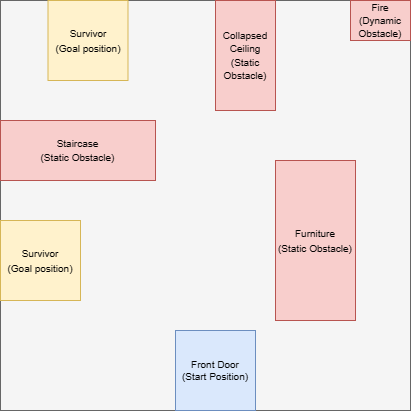
Above: scenarios/disaster_response_0.png in ethanmclark1/conav_suite (draw.io), before the change. Source tidied: cells renumbered, new cells last; positions are measured from the earlier drawing's top-left corner, leaving out a move shared by most shapes.
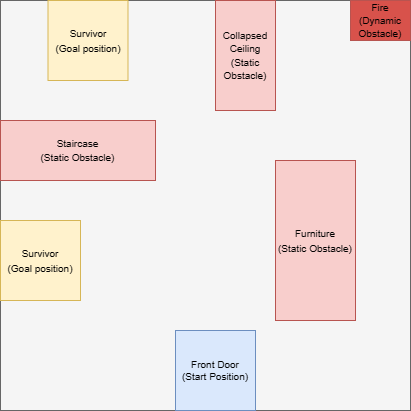
Above is the later version.

What changed in the source:
```diff
@@ -20,7 +20,7 @@
     <mxCell id="7" value="&lt;font style=&quot;font-size: 10px;&quot;&gt;Survivor&lt;br&gt;(Goal position)&lt;/font&gt;" style="whiteSpace=wrap;html=1;fillColor=#fff2cc;strokeColor=#d6b656;" parent="1" vertex="1">
       <mxGeometry x="47.5" width="80" height="80" as="geometry" />
     </mxCell>
-    <mxCell id="8" value="&lt;font style=&quot;font-size: 10px;&quot;&gt;Fire&lt;br&gt;(Dynamic Obstacle)&lt;/font&gt;" style="rounded=0;whiteSpace=wrap;html=1;fillColor=#f8cecc;strokeColor=#b85450;fontSize=11;" parent="1" vertex="1">
+    <mxCell id="8" value="&lt;font style=&quot;font-size: 10px;&quot;&gt;Fire&lt;br&gt;(Dynamic Obstacle)&lt;/font&gt;" style="rounded=0;whiteSpace=wrap;html=1;fillColor=#d8524b;strokeColor=#b85450;fontSize=11;" parent="1" vertex="1">
       <mxGeometry x="350" width="60" height="40" as="geometry" />
     </mxCell>
     <mxCell id="9" value="&lt;font style=&quot;font-size: 10px;&quot;&gt;Survivor&lt;br&gt;(Goal position)&lt;/font&gt;" style="whiteSpace=wrap;html=1;fillColor=#fff2cc;strokeColor=#d6b656;" parent="1" vertex="1">
```
